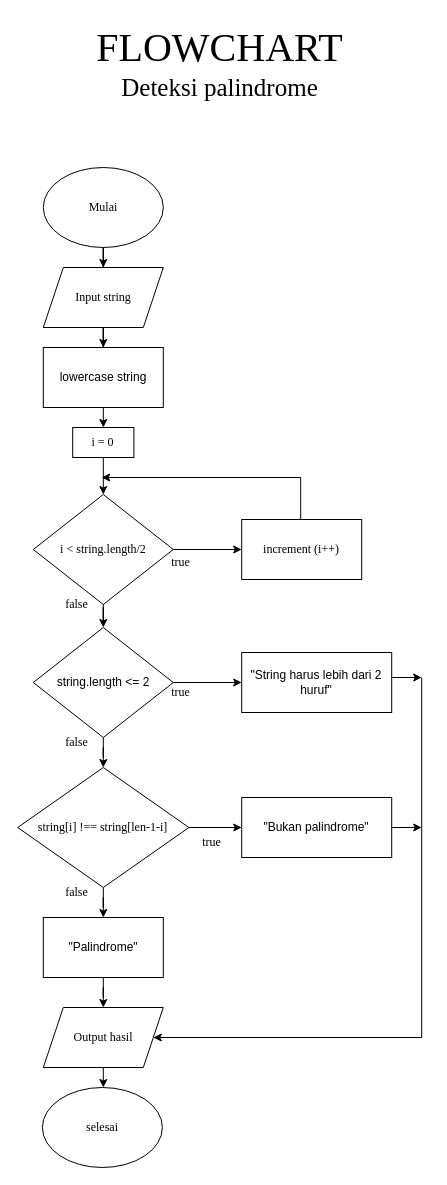
The draw.io diagram week2/Algoritma Dasar, Flowchart/dataFlowchart/task1A.drawio in ryanagungsamudra/fazztrack, before the edit. Source tidied: cells renumbered, new cells numbered last; positions are measured from the earlier drawing's top-left corner, leaving out a move shared by most shapes. Both pictures are drawn from the tidied source at 100%, with x=0, y=0 at pixel (17, 17).
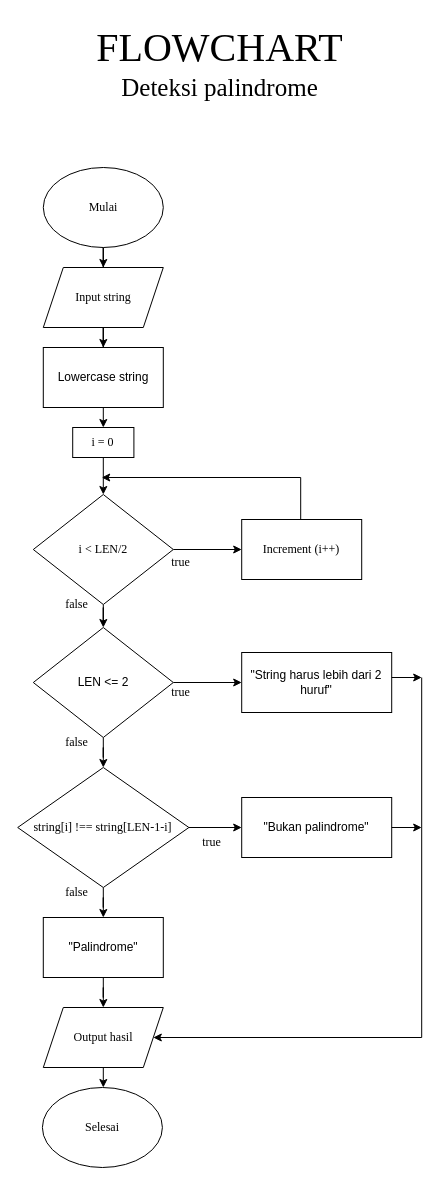
The same page after the edit.

Diff of the diagram source:
```diff
@@
-    <mxCell id="15" value="selesai" style="ellipse;whiteSpace=wrap;html=1;fontFamily=Times New Roman;fontStyle=0;" parent="1" vertex="1">
+    <mxCell id="15" value="Selesai" style="ellipse;whiteSpace=wrap;html=1;fontFamily=Times New Roman;fontStyle=0;" parent="1" vertex="1">
       <mxGeometry x="24.9" y="1070" width="120" height="80" as="geometry" />
     </mxCell>
@@
-    <mxCell id="20" value="increment (i++)" style="rounded=0;whiteSpace=wrap;html=1;strokeColor=default;fontFamily=Times New Roman;fontStyle=0;" parent="1" vertex="1">
+    <mxCell id="20" value="Increment (i++)" style="rounded=0;whiteSpace=wrap;html=1;strokeColor=default;fontFamily=Times New Roman;fontStyle=0;" parent="1" vertex="1">
       <mxGeometry x="224.2" y="502" width="120" height="60" as="geometry" />
     </mxCell>
@@
-    <mxCell id="25" value="lowercase string" style="rounded=0;whiteSpace=wrap;html=1;" parent="1" vertex="1">
+    <mxCell id="25" value="Lowercase string" style="rounded=0;whiteSpace=wrap;html=1;" parent="1" vertex="1">
       <mxGeometry x="25.8" y="330" width="120" height="60" as="geometry" />
     </mxCell>
@@
-    <mxCell id="28" value="string.length &amp;lt;= 2" style="rhombus;whiteSpace=wrap;html=1;" parent="1" vertex="1">
+    <mxCell id="28" value="LEN &amp;lt;= 2" style="rhombus;whiteSpace=wrap;html=1;" parent="1" vertex="1">
       <mxGeometry x="15.8" y="610" width="140" height="110" as="geometry" />
     </mxCell>
@@
-    <mxCell id="33" value="&lt;span style=&quot;font-family: &amp;quot;Times New Roman&amp;quot;;&quot;&gt;i &amp;lt; string.length/2&lt;/span&gt;" style="rhombus;whiteSpace=wrap;html=1;" parent="1" vertex="1">
+    <mxCell id="33" value="&lt;span style=&quot;font-family: &amp;quot;Times New Roman&amp;quot;;&quot;&gt;i &amp;lt; LEN/2&lt;/span&gt;" style="rhombus;whiteSpace=wrap;html=1;" parent="1" vertex="1">
       <mxGeometry x="15.8" y="477" width="140" height="110" as="geometry" />
     </mxCell>
@@
-    <mxCell id="39" value="&lt;span style=&quot;font-family: &amp;quot;Times New Roman&amp;quot;;&quot;&gt;string[i] !== string[len-1-i]&lt;/span&gt;" style="rhombus;whiteSpace=wrap;html=1;" parent="1" vertex="1">
+    <mxCell id="39" value="&lt;span style=&quot;font-family: &amp;quot;Times New Roman&amp;quot;;&quot;&gt;string[i] !== string[LEN-1-i]&lt;/span&gt;" style="rhombus;whiteSpace=wrap;html=1;" parent="1" vertex="1">
       <mxGeometry x="0.2" y="750" width="171.2" height="120" as="geometry" />
     </mxCell>
```
